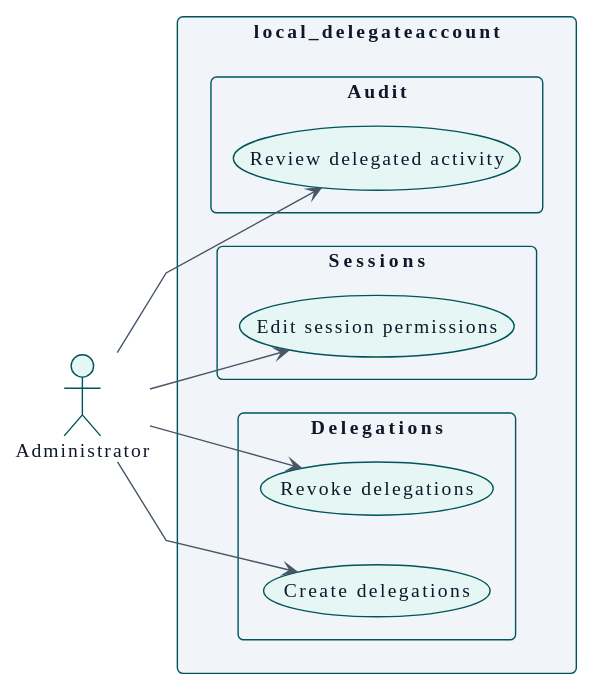
Earlier version of the PlantUML export docs/es/technical/requirements/use-cases-administrator.svg (didactika/moodle-local_delegateaccount). The source it was exported from:
```plantuml
@startuml
!theme plain
skinparam backgroundColor #FFFFFF
skinparam defaultFontName IBM Plex Sans
skinparam defaultFontSize 14
skinparam defaultFontColor #0F172A
skinparam shadowing false
skinparam packageStyle rectangle
skinparam ArrowFontSize 12
skinparam ClassAttributeIconSize 0
skinparam roundCorner 8
skinparam ArrowColor #475569
skinparam ArrowFontColor #0F172A
skinparam NoteBackgroundColor #FDF3DC
skinparam NoteBorderColor #00555A
skinparam NoteFontColor #0F172A
skinparam class {
  BackgroundColor #E6F6F4
  BorderColor #00555A
  FontColor #0F172A
}
skinparam entity {
  BackgroundColor #E6F6F4
  BorderColor #00555A
  FontColor #0F172A
}
skinparam participant {
  BackgroundColor #E6F6F4
  BorderColor #00555A
  FontColor #0F172A
}
skinparam actor {
  BackgroundColor #E6F6F4
  BorderColor #00555A
  FontColor #0F172A
}
skinparam database {
  BackgroundColor #E6F6F4
  BorderColor #00555A
  FontColor #0F172A
}
skinparam component {
  BackgroundColor #E6F6F4
  BorderColor #00555A
  FontColor #0F172A
}
skinparam node {
  BackgroundColor #E6F6F4
  BorderColor #00555A
  FontColor #0F172A
}
skinparam usecase {
  BackgroundColor #E6F6F4
  BorderColor #00555A
  FontColor #0F172A
}
skinparam interface {
  BackgroundColor #E6F6F4
  BorderColor #00555A
  FontColor #0F172A
}
skinparam state {
  BackgroundColor #E6F6F4
  BorderColor #00555A
  FontColor #0F172A
  StartColor #475569
  EndColor #475569
  ArrowColor #475569
}
skinparam package {
  BackgroundColor #F1F5F9
  BorderColor #00555A
  FontColor #0F172A
}
skinparam sequence {
  LifeLineBorderColor #475569
  LifeLineBackgroundColor #E6F6F4
  ArrowColor #475569
  GroupBorderColor #00555A
  GroupBackgroundColor #F1F5F9
}
skinparam package<<level1>> {
  BackgroundColor #A7DDD5
  BorderColor #00555A
  FontColor #0F172A
}
skinparam package<<level2>> {
  BackgroundColor #C8EEE9
  BorderColor #00555A
  FontColor #0F172A
}
skinparam package<<level3>> {
  BackgroundColor #E6F6F4
  BorderColor #00555A
  FontColor #0F172A
}
skinparam package<<level4>> {
  BackgroundColor #F4FBFA
  BorderColor #00555A
  FontColor #0F172A
}
hide <<level1>> stereotype
hide <<level2>> stereotype
hide <<level3>> stereotype
hide <<level4>> stereotype
skinparam linetype polyline
left to right direction

actor "Administrator" as A_Administrator

rectangle "local_delegateaccount" {
  package "Delegations" {
    usecase "Create delegations" as UC_createDelegations
    usecase "Revoke delegations" as UC_revokeDelegations
  }
  package "Sessions" {
    usecase "Edit session permissions" as UC_editSessionPermissions
  }
  package "Audit" {
    usecase "Review delegated activity" as UC_reviewActivity
  }
}

A_Administrator --> UC_createDelegations
A_Administrator --> UC_editSessionPermissions
A_Administrator --> UC_revokeDelegations
A_Administrator --> UC_reviewActivity
@enduml
```
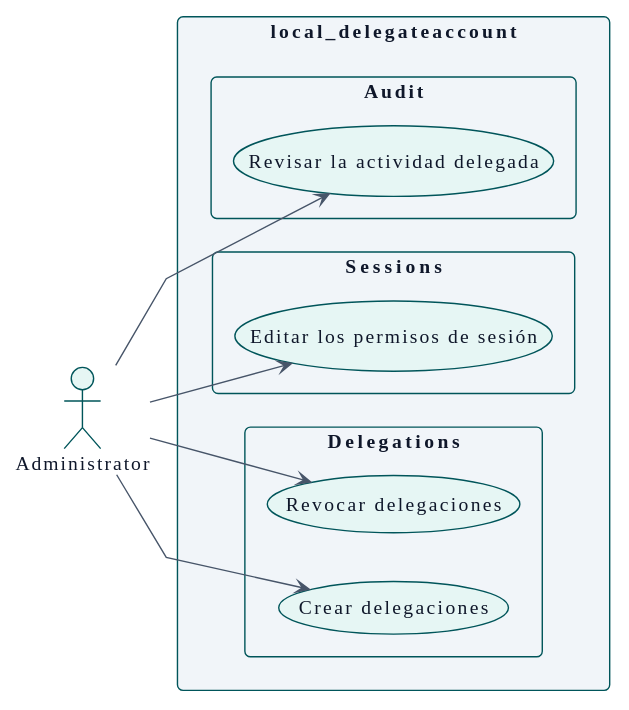
The same diagram one commit later.

The edit, as a diff of the source:
```diff
@@ -110,14 +110,14 @@
 
 rectangle "local_delegateaccount" {
   package "Delegations" {
-    usecase "Create delegations" as UC_createDelegations
-    usecase "Revoke delegations" as UC_revokeDelegations
+    usecase "Crear delegaciones" as UC_createDelegations
+    usecase "Revocar delegaciones" as UC_revokeDelegations
   }
   package "Sessions" {
-    usecase "Edit session permissions" as UC_editSessionPermissions
+    usecase "Editar los permisos de sesión" as UC_editSessionPermissions
   }
   package "Audit" {
-    usecase "Review delegated activity" as UC_reviewActivity
+    usecase "Revisar la actividad delegada" as UC_reviewActivity
   }
 }
 
```
